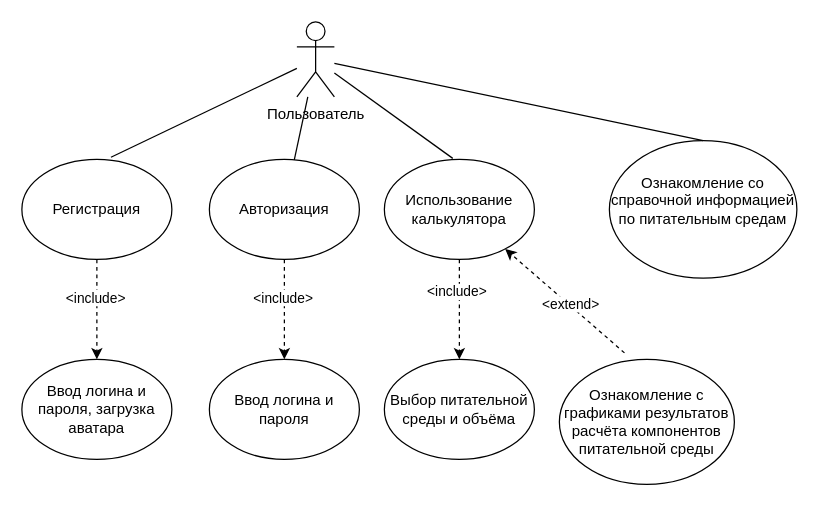
Above: use-case_user.drawio in eva01pilot/plant-tissue-diagrams (draw.io), before the change. Source tidied: cells renumbered, new cells numbered last; positions are measured from the earlier drawing's top-left corner, leaving out a move shared by most shapes. Both pictures are drawn from the tidied source at 125%, with x=0, y=0 at pixel (21, 21).
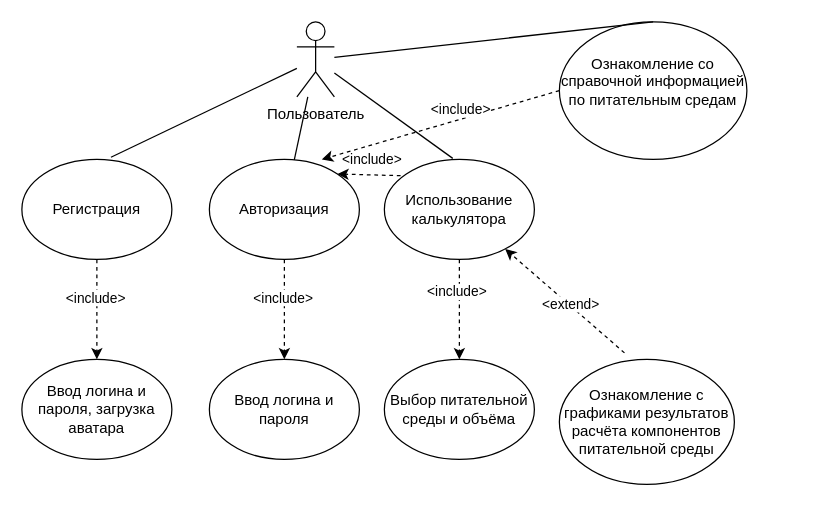
After the change.

The change refers to these unchanged cells:
```xml
<mxCell id="4" value="Авторизация" style="ellipse;whiteSpace=wrap;html=1;" parent="1" vertex="1">
  <mxGeometry x="150" y="110" width="120" height="80" as="geometry" />
</mxCell>
<mxCell id="5" value="Использование калькулятора" style="ellipse;whiteSpace=wrap;html=1;" parent="1" vertex="1">
  <mxGeometry x="290" y="110" width="120" height="80" as="geometry" />
</mxCell>
```

Change to the diagram source:
```diff
@@
     <mxCell id="18" value="&lt;div&gt;Ознакомление со справочной информацией по питательным средам&lt;/div&gt;&lt;div&gt;&lt;br&gt;&lt;/div&gt;" style="ellipse;whiteSpace=wrap;html=1;" parent="1" vertex="1">
-      <mxGeometry x="470" y="95" width="150" height="110" as="geometry" />
+      <mxGeometry x="430" width="150" height="110" as="geometry" />
     </mxCell>
@@
+    <mxCell id="23" style="endArrow=classic;html=1;rounded=0;exitX=0.108;exitY=0.163;exitDx=0;exitDy=0;entryX=1;entryY=0;entryDx=0;entryDy=0;dashed=1;exitPerimeter=0;" parent="1" edge="1" source="5" target="4">
+      <mxGeometry relative="1" as="geometry" />
+    </mxCell>
+    <mxCell id="24" value="&amp;lt;include&amp;gt;" style="edgeLabel;html=1;align=center;verticalAlign=middle;" parent="23" vertex="1">
+      <mxGeometry x="-0.34" relative="1" as="geometry">
+        <mxPoint x="-6" y="-13" as="offset" />
+      </mxGeometry>
+    </mxCell>
+    <mxCell id="25" style="rounded=0;jettySize=auto;html=1;entryX=0.75;entryY=0;entryDx=0;entryDy=0;entryPerimeter=0;dashed=1;exitX=0;exitY=0.5;exitDx=0;exitDy=0;" parent="1" edge="1" source="18" target="4">
+      <mxGeometry relative="1" as="geometry" />
+    </mxCell>
+    <mxCell id="26" value="&amp;lt;include&amp;gt;" style="edgeLabel;html=1;align=center;verticalAlign=middle;" parent="25" vertex="1">
+      <mxGeometry x="-0.29" relative="1" as="geometry">
+        <mxPoint x="-12" y="-5" as="offset" />
+      </mxGeometry>
+    </mxCell>
```
